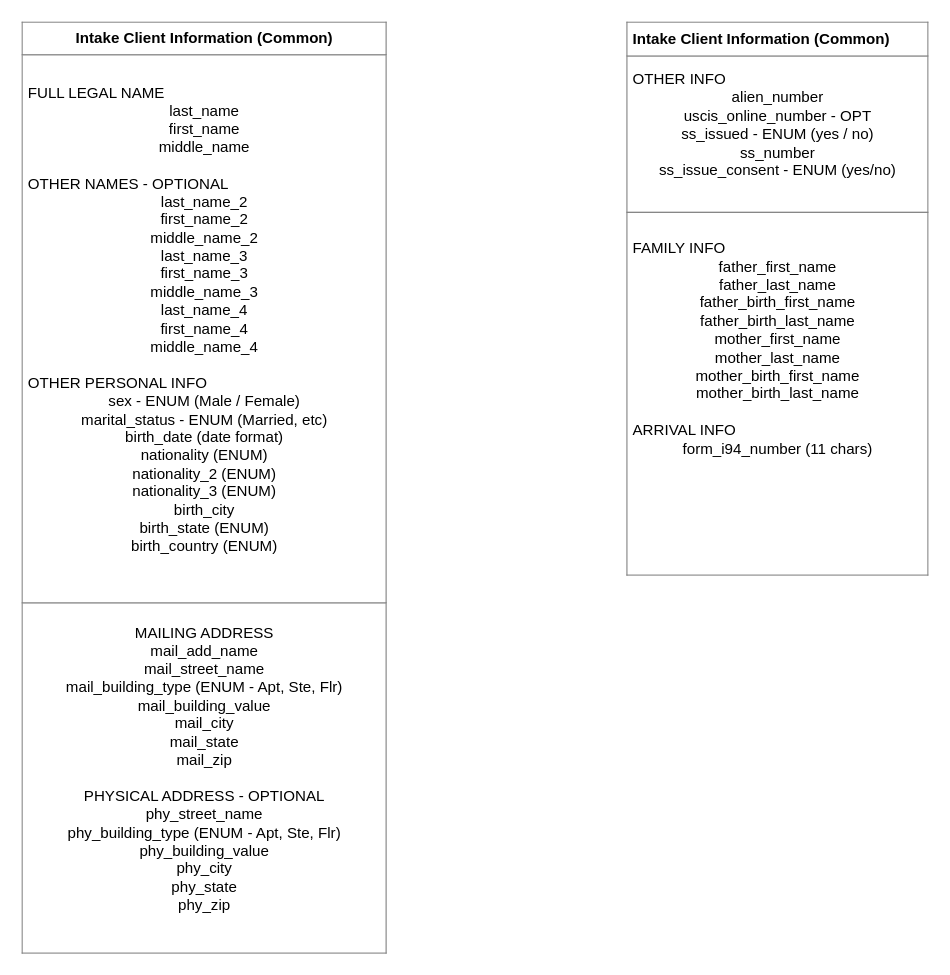
Before: page "Client Info Common" (6 of 7) of Architecture.drawio in Nabeel-etx/law-draw-io, a draw.io diagram. Source tidied: cells renumbered, new cells numbered last; positions are measured from the earlier drawing's top-left corner, leaving out a move shared by most shapes. Both pictures are drawn from the tidied source at 126%, with x=0, y=0 at pixel (21, 21).
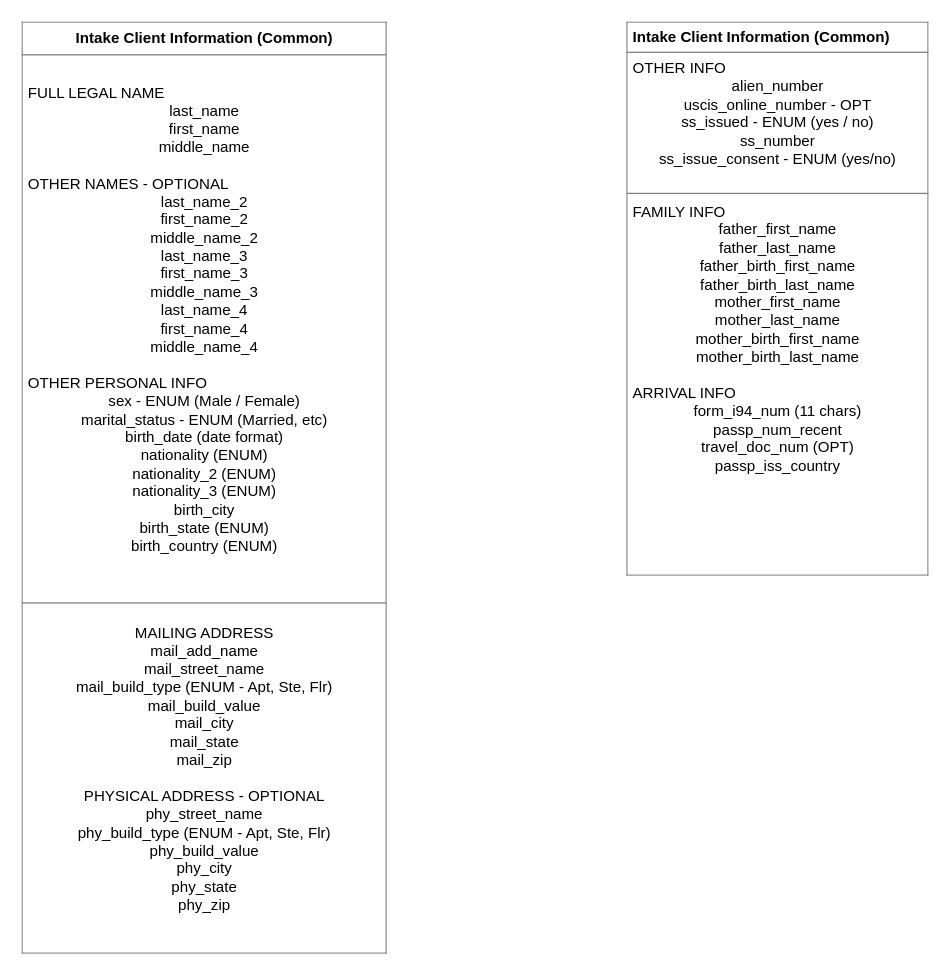
The same page after the edit.

What changed in the source:
```diff
@@
 <mxGraphModel>
   <root>
     <mxCell id="0" />
     <mxCell id="1" parent="0" />
-    <mxCell id="2" value="&lt;table border=&quot;1&quot; width=&quot;100%&quot; height=&quot;100%&quot; cellpadding=&quot;4&quot; style=&quot;width:100%;height:100%;border-collapse:collapse;&quot;&gt;&lt;tbody&gt;&lt;tr&gt;&lt;th align=&quot;center&quot;&gt;&lt;b&gt;Intake Client Information (Common)&lt;/b&gt;&lt;/th&gt;&lt;/tr&gt;&lt;tr&gt;&lt;td&gt;&lt;div style=&quot;&quot;&gt;&lt;span style=&quot;background-color: transparent; color: light-dark(rgb(0, 0, 0), rgb(255, 255, 255));&quot;&gt;FULL LEGAL NAME&lt;/span&gt;&lt;/div&gt;&lt;div style=&quot;text-align: center;&quot;&gt;&lt;span style=&quot;background-color: transparent; color: light-dark(rgb(0, 0, 0), rgb(255, 255, 255));&quot;&gt;last_name&lt;/span&gt;&lt;/div&gt;&lt;div style=&quot;text-align: center;&quot;&gt;&lt;span style=&quot;background-color: transparent; color: light-dark(rgb(0, 0, 0), rgb(255, 255, 255));&quot;&gt;first_name&lt;/span&gt;&lt;/div&gt;&lt;div style=&quot;text-align: center;&quot;&gt;&lt;span style=&quot;background-color: transparent; color: light-dark(rgb(0, 0, 0), rgb(255, 255, 255));&quot;&gt;middle_name&lt;/span&gt;&lt;/div&gt;&lt;div style=&quot;text-align: center;&quot;&gt;&lt;br&gt;&lt;/div&gt;&lt;div style=&quot;&quot;&gt;&lt;span style=&quot;background-color: transparent; color: light-dark(rgb(0, 0, 0), rgb(255, 255, 255));&quot;&gt;OTHER NAMES - OPTIONAL&lt;/span&gt;&lt;/div&gt;&lt;div style=&quot;text-align: center;&quot;&gt;&lt;span style=&quot;background-color: transparent; color: light-dark(rgb(0, 0, 0), rgb(255, 255, 255));&quot;&gt;last_name_2&lt;/span&gt;&lt;/div&gt;&lt;div style=&quot;text-align: center;&quot;&gt;&lt;span style=&quot;background-color: transparent; color: light-dark(rgb(0, 0, 0), rgb(255, 255, 255));&quot;&gt;first_name_2&lt;/span&gt;&lt;/div&gt;&lt;div style=&quot;text-align: center;&quot;&gt;&lt;span style=&quot;background-color: transparent; color: light-dark(rgb(0, 0, 0), rgb(255, 255, 255));&quot;&gt;middle_name_2&lt;/span&gt;&lt;/div&gt;&lt;div style=&quot;text-align: center;&quot;&gt;&lt;span style=&quot;background-color: transparent; color: light-dark(rgb(0, 0, 0), rgb(255, 255, 255));&quot;&gt;last_name_3&lt;/span&gt;&lt;/div&gt;&lt;div style=&quot;text-align: center;&quot;&gt;&lt;span style=&quot;background-color: transparent; color: light-dark(rgb(0, 0, 0), rgb(255, 255, 255));&quot;&gt;first_name_3&lt;/span&gt;&lt;/div&gt;&lt;div style=&quot;text-align: center;&quot;&gt;&lt;span style=&quot;background-color: transparent; color: light-dark(rgb(0, 0, 0), rgb(255, 255, 255));&quot;&gt;middle_name_3&lt;/span&gt;&lt;/div&gt;&lt;div style=&quot;text-align: center;&quot;&gt;&lt;span style=&quot;background-color: transparent; color: light-dark(rgb(0, 0, 0), rgb(255, 255, 255));&quot;&gt;last_name_4&lt;/span&gt;&lt;/div&gt;&lt;div style=&quot;text-align: center;&quot;&gt;&lt;span style=&quot;background-color: transparent; color: light-dark(rgb(0, 0, 0), rgb(255, 255, 255));&quot;&gt;first_name_4&lt;/span&gt;&lt;/div&gt;&lt;div style=&quot;text-align: center;&quot;&gt;&lt;span style=&quot;background-color: transparent; color: light-dark(rgb(0, 0, 0), rgb(255, 255, 255));&quot;&gt;middle_name_4&lt;/span&gt;&lt;/div&gt;&lt;div style=&quot;text-align: center;&quot;&gt;&lt;span style=&quot;background-color: transparent; color: light-dark(rgb(0, 0, 0), rgb(255, 255, 255));&quot;&gt;&lt;br&gt;&lt;/span&gt;&lt;/div&gt;&lt;div style=&quot;&quot;&gt;&lt;span style=&quot;background-color: transparent; color: light-dark(rgb(0, 0, 0), rgb(255, 255, 255));&quot;&gt;OTHER PERSONAL INFO&lt;/span&gt;&lt;/div&gt;&lt;div style=&quot;&quot;&gt;&lt;div style=&quot;text-align: center;&quot;&gt;sex - ENUM (Male / Female)&lt;/div&gt;&lt;div style=&quot;text-align: center;&quot;&gt;marital_status - ENUM (Married, etc)&lt;/div&gt;&lt;div style=&quot;text-align: center;&quot;&gt;birth_date (date format)&lt;/div&gt;&lt;div style=&quot;text-align: center;&quot;&gt;nationality (ENUM)&lt;/div&gt;&lt;div style=&quot;text-align: center;&quot;&gt;nationality_2 (ENUM)&lt;/div&gt;&lt;div style=&quot;text-align: center;&quot;&gt;nationality_3 (ENUM)&lt;/div&gt;&lt;div style=&quot;text-align: center;&quot;&gt;&lt;span style=&quot;background-color: transparent; color: light-dark(rgb(0, 0, 0), rgb(255, 255, 255));&quot;&gt;birth_city&lt;/span&gt;&lt;/div&gt;&lt;div style=&quot;text-align: center;&quot;&gt;birth_state (ENUM)&lt;/div&gt;&lt;div style=&quot;text-align: center;&quot;&gt;birth_country (ENUM)&lt;/div&gt;&lt;div style=&quot;text-align: center;&quot;&gt;&lt;br&gt;&lt;/div&gt;&lt;/div&gt;&lt;/td&gt;&lt;/tr&gt;&lt;tr&gt;&lt;td align=&quot;center&quot;&gt;MAILING ADDRESS&lt;br&gt;mail_add_name&lt;br&gt;mail_street_name&lt;br&gt;mail_building_type (ENUM - Apt, Ste, Flr)&lt;br&gt;mail_building_value&lt;br&gt;mail_city&lt;br&gt;mail_state&lt;br&gt;mail_zip&lt;br&gt;&lt;br&gt;PHYSICAL ADDRESS - OPTIONAL&lt;br&gt;phy_street_name&lt;br&gt;phy_building_type (ENUM - Apt, Ste, Flr)&lt;br&gt;phy_building_value&lt;br&gt;phy_city&lt;br&gt;phy_state&lt;br&gt;phy_zip&lt;br&gt;&lt;br&gt;&lt;/td&gt;&lt;/tr&gt;&lt;/tbody&gt;&lt;/table&gt;" style="text;html=1;whiteSpace=wrap;strokeColor=none;fillColor=none;overflow=fill;" parent="1" vertex="1">
+    <mxCell id="2" value="&lt;table border=&quot;1&quot; width=&quot;100%&quot; height=&quot;100%&quot; cellpadding=&quot;4&quot; style=&quot;width:100%;height:100%;border-collapse:collapse;&quot;&gt;&lt;tbody&gt;&lt;tr&gt;&lt;th align=&quot;center&quot;&gt;&lt;b&gt;Intake Client Information (Common)&lt;/b&gt;&lt;/th&gt;&lt;/tr&gt;&lt;tr&gt;&lt;td&gt;&lt;div style=&quot;&quot;&gt;&lt;span style=&quot;background-color: transparent; color: light-dark(rgb(0, 0, 0), rgb(255, 255, 255));&quot;&gt;FULL LEGAL NAME&lt;/span&gt;&lt;/div&gt;&lt;div style=&quot;text-align: center;&quot;&gt;&lt;span style=&quot;background-color: transparent; color: light-dark(rgb(0, 0, 0), rgb(255, 255, 255));&quot;&gt;last_name&lt;/span&gt;&lt;/div&gt;&lt;div style=&quot;text-align: center;&quot;&gt;&lt;span style=&quot;background-color: transparent; color: light-dark(rgb(0, 0, 0), rgb(255, 255, 255));&quot;&gt;first_name&lt;/span&gt;&lt;/div&gt;&lt;div style=&quot;text-align: center;&quot;&gt;&lt;span style=&quot;background-color: transparent; color: light-dark(rgb(0, 0, 0), rgb(255, 255, 255));&quot;&gt;middle_name&lt;/span&gt;&lt;/div&gt;&lt;div style=&quot;text-align: center;&quot;&gt;&lt;br&gt;&lt;/div&gt;&lt;div style=&quot;&quot;&gt;&lt;span style=&quot;background-color: transparent; color: light-dark(rgb(0, 0, 0), rgb(255, 255, 255));&quot;&gt;OTHER NAMES - OPTIONAL&lt;/span&gt;&lt;/div&gt;&lt;div style=&quot;text-align: center;&quot;&gt;&lt;span style=&quot;background-color: transparent; color: light-dark(rgb(0, 0, 0), rgb(255, 255, 255));&quot;&gt;last_name_2&lt;/span&gt;&lt;/div&gt;&lt;div style=&quot;text-align: center;&quot;&gt;&lt;span style=&quot;background-color: transparent; color: light-dark(rgb(0, 0, 0), rgb(255, 255, 255));&quot;&gt;first_name_2&lt;/span&gt;&lt;/div&gt;&lt;div style=&quot;text-align: center;&quot;&gt;&lt;span style=&quot;background-color: transparent; color: light-dark(rgb(0, 0, 0), rgb(255, 255, 255));&quot;&gt;middle_name_2&lt;/span&gt;&lt;/div&gt;&lt;div style=&quot;text-align: center;&quot;&gt;&lt;span style=&quot;background-color: transparent; color: light-dark(rgb(0, 0, 0), rgb(255, 255, 255));&quot;&gt;last_name_3&lt;/span&gt;&lt;/div&gt;&lt;div style=&quot;text-align: center;&quot;&gt;&lt;span style=&quot;background-color: transparent; color: light-dark(rgb(0, 0, 0), rgb(255, 255, 255));&quot;&gt;first_name_3&lt;/span&gt;&lt;/div&gt;&lt;div style=&quot;text-align: center;&quot;&gt;&lt;span style=&quot;background-color: transparent; color: light-dark(rgb(0, 0, 0), rgb(255, 255, 255));&quot;&gt;middle_name_3&lt;/span&gt;&lt;/div&gt;&lt;div style=&quot;text-align: center;&quot;&gt;&lt;span style=&quot;background-color: transparent; color: light-dark(rgb(0, 0, 0), rgb(255, 255, 255));&quot;&gt;last_name_4&lt;/span&gt;&lt;/div&gt;&lt;div style=&quot;text-align: center;&quot;&gt;&lt;span style=&quot;background-color: transparent; color: light-dark(rgb(0, 0, 0), rgb(255, 255, 255));&quot;&gt;first_name_4&lt;/span&gt;&lt;/div&gt;&lt;div style=&quot;text-align: center;&quot;&gt;&lt;span style=&quot;background-color: transparent; color: light-dark(rgb(0, 0, 0), rgb(255, 255, 255));&quot;&gt;middle_name_4&lt;/span&gt;&lt;/div&gt;&lt;div style=&quot;text-align: center;&quot;&gt;&lt;span style=&quot;background-color: transparent; color: light-dark(rgb(0, 0, 0), rgb(255, 255, 255));&quot;&gt;&lt;br&gt;&lt;/span&gt;&lt;/div&gt;&lt;div style=&quot;&quot;&gt;&lt;span style=&quot;background-color: transparent; color: light-dark(rgb(0, 0, 0), rgb(255, 255, 255));&quot;&gt;OTHER PERSONAL INFO&lt;/span&gt;&lt;/div&gt;&lt;div style=&quot;&quot;&gt;&lt;div style=&quot;text-align: center;&quot;&gt;sex - ENUM (Male / Female)&lt;/div&gt;&lt;div style=&quot;text-align: center;&quot;&gt;marital_status - ENUM (Married, etc)&lt;/div&gt;&lt;div style=&quot;text-align: center;&quot;&gt;birth_date (date format)&lt;/div&gt;&lt;div style=&quot;text-align: center;&quot;&gt;nationality (ENUM)&lt;/div&gt;&lt;div style=&quot;text-align: center;&quot;&gt;nationality_2 (ENUM)&lt;/div&gt;&lt;div style=&quot;text-align: center;&quot;&gt;nationality_3 (ENUM)&lt;/div&gt;&lt;div style=&quot;text-align: center;&quot;&gt;&lt;span style=&quot;background-color: transparent; color: light-dark(rgb(0, 0, 0), rgb(255, 255, 255));&quot;&gt;birth_city&lt;/span&gt;&lt;/div&gt;&lt;div style=&quot;text-align: center;&quot;&gt;birth_state (ENUM)&lt;/div&gt;&lt;div style=&quot;text-align: center;&quot;&gt;birth_country (ENUM)&lt;/div&gt;&lt;div style=&quot;text-align: center;&quot;&gt;&lt;br&gt;&lt;/div&gt;&lt;/div&gt;&lt;/td&gt;&lt;/tr&gt;&lt;tr&gt;&lt;td align=&quot;center&quot;&gt;MAILING ADDRESS&lt;br&gt;mail_add_name&lt;br&gt;mail_street_name&lt;br&gt;mail_build_type (ENUM - Apt, Ste, Flr)&lt;br&gt;mail_build_value&lt;br&gt;mail_city&lt;br&gt;mail_state&lt;br&gt;mail_zip&lt;br&gt;&lt;br&gt;PHYSICAL ADDRESS - OPTIONAL&lt;br&gt;phy_street_name&lt;br&gt;phy_build_type (ENUM - Apt, Ste, Flr)&lt;br&gt;phy_build_value&lt;br&gt;phy_city&lt;br&gt;phy_state&lt;br&gt;phy_zip&lt;br&gt;&lt;br&gt;&lt;/td&gt;&lt;/tr&gt;&lt;/tbody&gt;&lt;/table&gt;" style="text;html=1;whiteSpace=wrap;strokeColor=none;fillColor=none;overflow=fill;" parent="1" vertex="1">
       <mxGeometry width="290" height="740" as="geometry" />
     </mxCell>
-    <mxCell id="3" value="&lt;table border=&quot;1&quot; width=&quot;100%&quot; height=&quot;100%&quot; cellpadding=&quot;4&quot; style=&quot;width:100%;height:100%;border-collapse:collapse;&quot;&gt;&lt;tbody&gt;&lt;tr&gt;&lt;th&gt;&lt;b&gt;Intake Client Information (Common)&lt;/b&gt;&lt;/th&gt;&lt;/tr&gt;&lt;tr&gt;&lt;td&gt;&lt;div style=&quot;&quot;&gt;OTHER INFO&lt;/div&gt;&lt;div style=&quot;text-align: center;&quot;&gt;alien_number&lt;/div&gt;&lt;div style=&quot;text-align: center;&quot;&gt;uscis_online_number - OPT&lt;/div&gt;&lt;div style=&quot;text-align: center;&quot;&gt;&lt;span style=&quot;background-color: transparent; color: light-dark(rgb(0, 0, 0), rgb(255, 255, 255));&quot;&gt;ss_issued - ENUM (yes / no)&lt;/span&gt;&lt;/div&gt;&lt;div style=&quot;text-align: center;&quot;&gt;&lt;span style=&quot;background-color: transparent; color: light-dark(rgb(0, 0, 0), rgb(255, 255, 255));&quot;&gt;ss_number&lt;/span&gt;&lt;/div&gt;&lt;div style=&quot;text-align: center;&quot;&gt;&lt;span style=&quot;background-color: transparent; color: light-dark(rgb(0, 0, 0), rgb(255, 255, 255));&quot;&gt;ss_issue_consent - ENUM (yes/no)&lt;/span&gt;&lt;/div&gt;&lt;br&gt;&lt;/td&gt;&lt;/tr&gt;&lt;tr&gt;&lt;td&gt;&lt;div style=&quot;&quot;&gt;&lt;span style=&quot;background-color: transparent; color: light-dark(rgb(0, 0, 0), rgb(255, 255, 255));&quot;&gt;FAMILY INFO&lt;/span&gt;&lt;/div&gt;&lt;div style=&quot;text-align: center;&quot;&gt;&lt;span style=&quot;background-color: transparent; color: light-dark(rgb(0, 0, 0), rgb(255, 255, 255));&quot;&gt;father_first_name&lt;/span&gt;&lt;/div&gt;&lt;div style=&quot;text-align: center;&quot;&gt;&lt;span style=&quot;background-color: transparent; color: light-dark(rgb(0, 0, 0), rgb(255, 255, 255));&quot;&gt;father_last_name&lt;/span&gt;&lt;/div&gt;&lt;div style=&quot;text-align: center;&quot;&gt;&lt;span style=&quot;background-color: transparent; color: light-dark(rgb(0, 0, 0), rgb(255, 255, 255));&quot;&gt;father_birth_first_name&lt;/span&gt;&lt;/div&gt;&lt;div style=&quot;text-align: center;&quot;&gt;&lt;span style=&quot;background-color: transparent; color: light-dark(rgb(0, 0, 0), rgb(255, 255, 255));&quot;&gt;father_birth_last_name&lt;/span&gt;&lt;/div&gt;&lt;div style=&quot;text-align: center;&quot;&gt;&lt;span style=&quot;background-color: transparent; color: light-dark(rgb(0, 0, 0), rgb(255, 255, 255));&quot;&gt;mother_first_name&lt;/span&gt;&lt;/div&gt;&lt;div style=&quot;text-align: center;&quot;&gt;&lt;span style=&quot;background-color: transparent; color: light-dark(rgb(0, 0, 0), rgb(255, 255, 255));&quot;&gt;mother_last_name&lt;/span&gt;&lt;/div&gt;&lt;div style=&quot;text-align: center;&quot;&gt;mother_birth_first_name&lt;/div&gt;&lt;div style=&quot;text-align: center;&quot;&gt;mother_birth_last_name&lt;/div&gt;&lt;div style=&quot;text-align: center;&quot;&gt;&lt;br&gt;&lt;/div&gt;&lt;div style=&quot;&quot;&gt;ARRIVAL INFO&lt;/div&gt;&lt;div style=&quot;text-align: center;&quot;&gt;form_i94_number (11 chars)&lt;/div&gt;&lt;div style=&quot;text-align: center;&quot;&gt;&lt;br&gt;&lt;/div&gt;&lt;div style=&quot;&quot;&gt;&lt;span style=&quot;background-color: transparent; color: light-dark(rgb(0, 0, 0), rgb(255, 255, 255));&quot;&gt;&lt;br&gt;&lt;/span&gt;&lt;/div&gt;&lt;div style=&quot;&quot;&gt;&lt;span style=&quot;background-color: transparent; color: light-dark(rgb(0, 0, 0), rgb(255, 255, 255));&quot;&gt;&lt;br&gt;&lt;/span&gt;&lt;/div&gt;&lt;div style=&quot;&quot;&gt;&lt;span style=&quot;background-color: transparent; color: light-dark(rgb(0, 0, 0), rgb(255, 255, 255));&quot;&gt;&lt;br&gt;&lt;/span&gt;&lt;/div&gt;&lt;br&gt;&lt;/td&gt;&lt;/tr&gt;&lt;/tbody&gt;&lt;/table&gt;" style="text;html=1;whiteSpace=wrap;strokeColor=none;fillColor=none;overflow=fill;align=left;" parent="1" vertex="1">
+    <mxCell id="3" value="&lt;table border=&quot;1&quot; width=&quot;100%&quot; height=&quot;100%&quot; cellpadding=&quot;4&quot; style=&quot;width:100%;height:100%;border-collapse:collapse;&quot;&gt;&lt;tbody&gt;&lt;tr&gt;&lt;th&gt;&lt;b&gt;Intake Client Information (Common)&lt;/b&gt;&lt;/th&gt;&lt;/tr&gt;&lt;tr&gt;&lt;td&gt;&lt;div style=&quot;&quot;&gt;OTHER INFO&lt;/div&gt;&lt;div style=&quot;text-align: center;&quot;&gt;alien_number&lt;/div&gt;&lt;div style=&quot;text-align: center;&quot;&gt;uscis_online_number - OPT&lt;/div&gt;&lt;div style=&quot;text-align: center;&quot;&gt;&lt;span style=&quot;background-color: transparent; color: light-dark(rgb(0, 0, 0), rgb(255, 255, 255));&quot;&gt;ss_issued - ENUM (yes / no)&lt;/span&gt;&lt;/div&gt;&lt;div style=&quot;text-align: center;&quot;&gt;&lt;span style=&quot;background-color: transparent; color: light-dark(rgb(0, 0, 0), rgb(255, 255, 255));&quot;&gt;ss_number&lt;/span&gt;&lt;/div&gt;&lt;div style=&quot;text-align: center;&quot;&gt;&lt;span style=&quot;background-color: transparent; color: light-dark(rgb(0, 0, 0), rgb(255, 255, 255));&quot;&gt;ss_issue_consent - ENUM (yes/no)&lt;/span&gt;&lt;/div&gt;&lt;br&gt;&lt;/td&gt;&lt;/tr&gt;&lt;tr&gt;&lt;td&gt;&lt;div style=&quot;&quot;&gt;&lt;span style=&quot;background-color: transparent; color: light-dark(rgb(0, 0, 0), rgb(255, 255, 255));&quot;&gt;FAMILY INFO&lt;/span&gt;&lt;/div&gt;&lt;div style=&quot;text-align: center;&quot;&gt;&lt;span style=&quot;background-color: transparent; color: light-dark(rgb(0, 0, 0), rgb(255, 255, 255));&quot;&gt;father_first_name&lt;/span&gt;&lt;/div&gt;&lt;div style=&quot;text-align: center;&quot;&gt;&lt;span style=&quot;background-color: transparent; color: light-dark(rgb(0, 0, 0), rgb(255, 255, 255));&quot;&gt;father_last_name&lt;/span&gt;&lt;/div&gt;&lt;div style=&quot;text-align: center;&quot;&gt;&lt;span style=&quot;background-color: transparent; color: light-dark(rgb(0, 0, 0), rgb(255, 255, 255));&quot;&gt;father_birth_first_name&lt;/span&gt;&lt;/div&gt;&lt;div style=&quot;text-align: center;&quot;&gt;&lt;span style=&quot;background-color: transparent; color: light-dark(rgb(0, 0, 0), rgb(255, 255, 255));&quot;&gt;father_birth_last_name&lt;/span&gt;&lt;/div&gt;&lt;div style=&quot;text-align: center;&quot;&gt;&lt;span style=&quot;background-color: transparent; color: light-dark(rgb(0, 0, 0), rgb(255, 255, 255));&quot;&gt;mother_first_name&lt;/span&gt;&lt;/div&gt;&lt;div style=&quot;text-align: center;&quot;&gt;&lt;span style=&quot;background-color: transparent; color: light-dark(rgb(0, 0, 0), rgb(255, 255, 255));&quot;&gt;mother_last_name&lt;/span&gt;&lt;/div&gt;&lt;div style=&quot;text-align: center;&quot;&gt;mother_birth_first_name&lt;/div&gt;&lt;div style=&quot;text-align: center;&quot;&gt;mother_birth_last_name&lt;/div&gt;&lt;div style=&quot;text-align: center;&quot;&gt;&lt;br&gt;&lt;/div&gt;&lt;div style=&quot;&quot;&gt;ARRIVAL INFO&lt;/div&gt;&lt;div style=&quot;text-align: center;&quot;&gt;form_i94_num (11 chars)&lt;/div&gt;&lt;div style=&quot;text-align: center;&quot;&gt;passp_num_recent&lt;/div&gt;&lt;div style=&quot;text-align: center;&quot;&gt;travel_doc_num (OPT)&lt;/div&gt;&lt;div style=&quot;text-align: center;&quot;&gt;passp_iss_country&lt;/div&gt;&lt;div style=&quot;text-align: center;&quot;&gt;&lt;br&gt;&lt;/div&gt;&lt;div style=&quot;&quot;&gt;&lt;span style=&quot;background-color: transparent; color: light-dark(rgb(0, 0, 0), rgb(255, 255, 255));&quot;&gt;&lt;br&gt;&lt;/span&gt;&lt;/div&gt;&lt;div style=&quot;&quot;&gt;&lt;span style=&quot;background-color: transparent; color: light-dark(rgb(0, 0, 0), rgb(255, 255, 255));&quot;&gt;&lt;br&gt;&lt;/span&gt;&lt;/div&gt;&lt;div style=&quot;&quot;&gt;&lt;span style=&quot;background-color: transparent; color: light-dark(rgb(0, 0, 0), rgb(255, 255, 255));&quot;&gt;&lt;br&gt;&lt;/span&gt;&lt;/div&gt;&lt;br&gt;&lt;/td&gt;&lt;/tr&gt;&lt;/tbody&gt;&lt;/table&gt;" style="text;html=1;whiteSpace=wrap;strokeColor=none;fillColor=none;overflow=fill;align=left;" parent="1" vertex="1">
       <mxGeometry x="480" width="240" height="440" as="geometry" />
     </mxCell>
   </root>
 </mxGraphModel>
```
